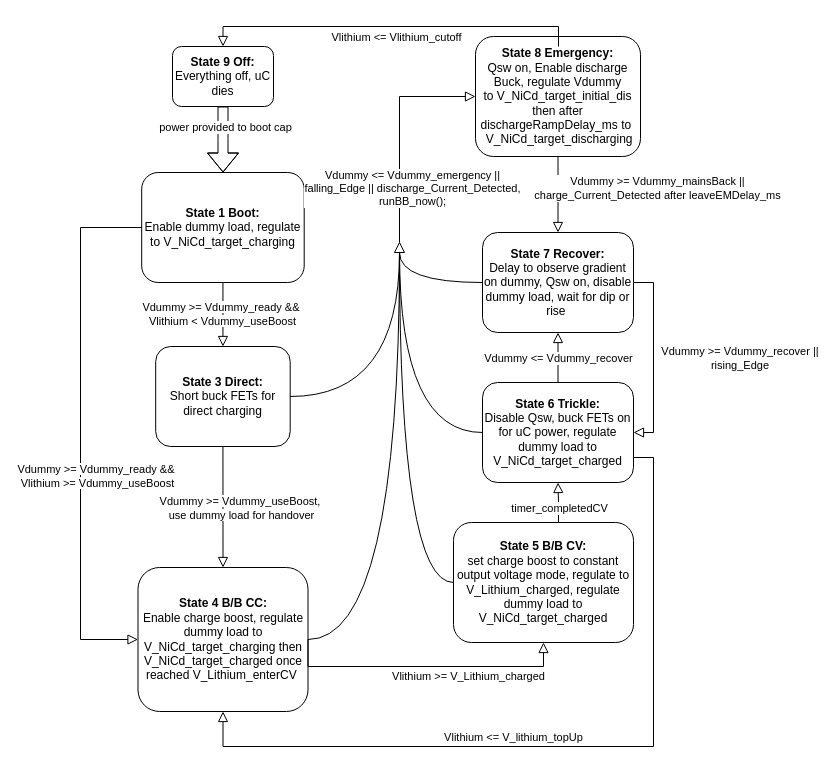
Earlier version of the draw.io diagram InterfaceFinal203to205.drawio (BStainthorpe/Flowcharts). Source tidied: cells renumbered, new cells numbered last; positions are measured from the earlier drawing's top-left corner, leaving out a move shared by most shapes. Both pictures are drawn from the tidied source at 100%, with x=0, y=0 at pixel (80, 26).
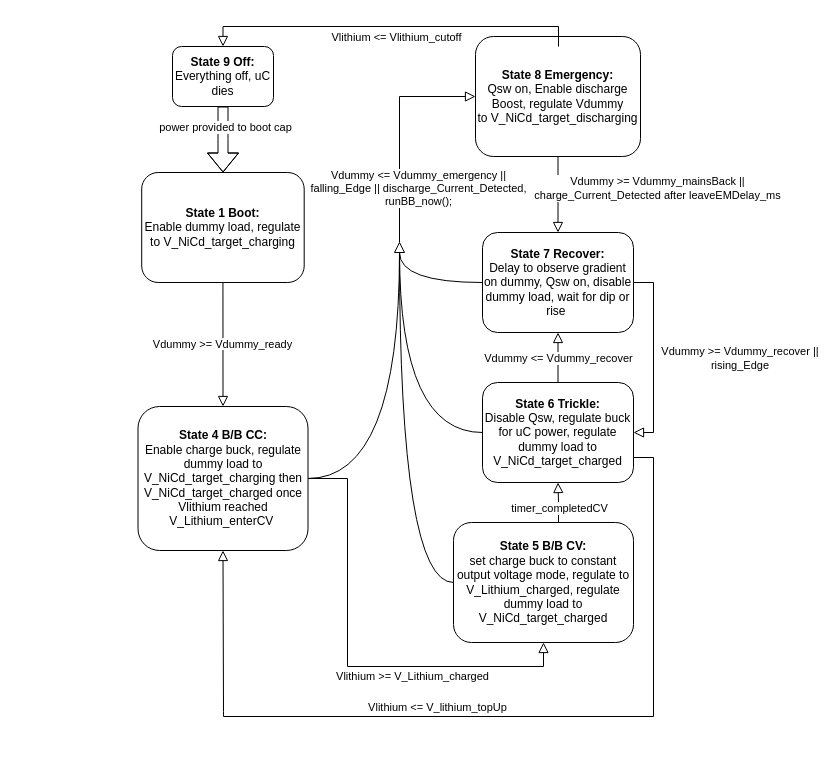
Above is the later version.

Unchanged cells that the change refers to:
```xml
<mxCell id="2" value="&lt;b&gt;State 1 Boot:&lt;/b&gt;&lt;div&gt;Enable dummy load, regulate to V_NiCd_target_charging&lt;/div&gt;" style="rounded=1;whiteSpace=wrap;html=1;fontSize=12;glass=0;strokeWidth=1;shadow=0;" parent="1" vertex="1">
  <mxGeometry x="61.2" y="146" width="162.5" height="110" as="geometry" />
</mxCell>
<mxCell id="13" style="triangle;whiteSpace=wrap;html=1;rotation=-90;" parent="1" vertex="1">
  <mxGeometry x="314" y="216" width="10" height="10" as="geometry" />
</mxCell>
<mxCell id="19" style="rounded=0;html=1;jettySize=auto;fontSize=11;endArrow=block;endFill=0;endSize=8;strokeWidth=1;shadow=0;labelBackgroundColor=none;edgeStyle=orthogonalEdgeStyle;entryX=0;entryY=0.5;entryDx=0;entryDy=0;exitX=1;exitY=0.5;exitDx=0;exitDy=0;" parent="1" edge="1" source="13" target="18">
  <mxGeometry x="0.04" y="20" relative="1" as="geometry" />
</mxCell>
```

Change to the diagram source:
```diff
@@
-    <mxCell id="3" value="&lt;span style=&quot;background-color: rgb(255, 255, 255);&quot;&gt;Vdummy &amp;gt;= Vdummy_useBoost,&amp;nbsp;&lt;/span&gt;&lt;div&gt;&lt;span style=&quot;background-color: rgb(255, 255, 255);&quot;&gt;use dummy load for handover&lt;/span&gt;&lt;/div&gt;" style="rounded=0;html=1;jettySize=auto;fontSize=11;endArrow=block;endFill=0;endSize=8;strokeWidth=1;shadow=0;labelBackgroundColor=none;edgeStyle=orthogonalEdgeStyle;exitX=0.5;exitY=1;exitDx=0;exitDy=0;entryX=0.5;entryY=0;entryDx=0;entryDy=0;" parent="1" edge="1" source="5" target="6">
-      <mxGeometry x="0.03" y="19" relative="1" as="geometry" />
-    </mxCell>
-    <mxCell id="4" value="&lt;span style=&quot;background-color: rgb(255, 255, 255);&quot;&gt;Vdummy &amp;gt;= Vdummy_ready &amp;amp;&amp;amp;&amp;nbsp;&lt;/span&gt;&lt;div&gt;&lt;span style=&quot;background-color: rgb(255, 255, 255);&quot;&gt;Vlithium &amp;lt; Vdummy_useBoost&lt;/span&gt;&lt;/div&gt;" style="edgeStyle=orthogonalEdgeStyle;rounded=0;html=1;jettySize=auto;fontSize=11;endArrow=block;endFill=0;endSize=8;strokeWidth=1;shadow=0;labelBackgroundColor=none;entryX=0.5;entryY=0;entryDx=0;entryDy=0;exitX=0.5;exitY=1;exitDx=0;exitDy=0;" parent="1" edge="1" source="2" target="5">
+    <mxCell id="4" value="&lt;span style=&quot;background-color: rgb(255, 255, 255);&quot;&gt;Vdummy &amp;gt;= Vdummy_ready&lt;/span&gt;" style="edgeStyle=orthogonalEdgeStyle;rounded=0;html=1;jettySize=auto;fontSize=11;endArrow=block;endFill=0;endSize=8;strokeWidth=1;shadow=0;labelBackgroundColor=none;entryX=0.5;entryY=0;entryDx=0;entryDy=0;exitX=0.5;exitY=1;exitDx=0;exitDy=0;" parent="1" edge="1" source="2" target="6">
       <mxGeometry relative="1" as="geometry" />
     </mxCell>
-    <mxCell id="5" value="&lt;b&gt;State 3 Direct:&lt;/b&gt;&lt;div&gt;Short buck FETs for direct charging&lt;/div&gt;" style="rounded=1;whiteSpace=wrap;html=1;fontSize=12;glass=0;strokeWidth=1;shadow=0;" parent="1" vertex="1">
-      <mxGeometry x="75.2" y="320" width="134.5" height="100" as="geometry" />
-    </mxCell>
-    <mxCell id="6" value="&lt;b&gt;State 4 B/B CC:&lt;/b&gt;&lt;div&gt;Enable charge boost, regulate dummy load to V_NiCd_target_charging then V_NiCd_target_charged once reached V_Lithium_enterCV&amp;nbsp;&lt;/div&gt;" style="rounded=1;whiteSpace=wrap;html=1;fontSize=12;glass=0;strokeWidth=1;shadow=0;" parent="1" vertex="1">
-      <mxGeometry x="57.5" y="541" width="170" height="144" as="geometry" />
+    <mxCell id="6" value="&lt;b&gt;State 4 B/B CC:&lt;/b&gt;&lt;div&gt;Enable charge buck, regulate dummy load to V_NiCd_target_charging then V_NiCd_target_charged once Vlithium reached V_Lithium_enterCV&amp;nbsp;&lt;/div&gt;" style="rounded=1;whiteSpace=wrap;html=1;fontSize=12;glass=0;strokeWidth=1;shadow=0;" parent="1" vertex="1">
+      <mxGeometry x="57.5" y="380" width="170" height="144" as="geometry" />
     </mxCell>
-    <mxCell id="7" value="&lt;b&gt;State 5 B/B CV:&lt;/b&gt;&lt;div&gt;set charge boost to constant output voltage mode, regulate to V_Lithium_charged, regulate dummy load to V_NiCd_target_charged&lt;/div&gt;" style="rounded=1;whiteSpace=wrap;html=1;fontSize=12;glass=0;strokeWidth=1;shadow=0;" parent="1" vertex="1">
+    <mxCell id="7" value="&lt;b&gt;State 5 B/B CV:&lt;/b&gt;&lt;div&gt;set charge buck to constant output voltage mode, regulate to V_Lithium_charged, regulate dummy load to V_NiCd_target_charged&lt;/div&gt;" style="rounded=1;whiteSpace=wrap;html=1;fontSize=12;glass=0;strokeWidth=1;shadow=0;" parent="1" vertex="1">
       <mxGeometry x="373" y="496" width="180" height="120" as="geometry" />
     </mxCell>
     <mxCell id="8" value="&lt;span style=&quot;background-color: rgb(255, 255, 255);&quot;&gt;Vlithium &amp;gt;= V_Lithium_charged&lt;/span&gt;" style="rounded=0;html=1;jettySize=auto;fontSize=11;endArrow=block;endFill=0;endSize=8;strokeWidth=1;shadow=0;labelBackgroundColor=none;edgeStyle=orthogonalEdgeStyle;exitX=1;exitY=0.5;exitDx=0;exitDy=0;entryX=0.5;entryY=1;entryDx=0;entryDy=0;" parent="1" edge="1" source="6" target="7">
       <mxGeometry x="0.3" y="-10" relative="1" as="geometry">
         <Array as="points">
-          <mxPoint x="228" y="640" />
+          <mxPoint x="267" y="452" />
+          <mxPoint x="267" y="640" />
           <mxPoint x="463" y="640" />
         </Array>
         <mxPoint x="1" as="offset" />
       </mxGeometry>
     </mxCell>
-    <mxCell id="9" value="&lt;b&gt;State 6 Trickle:&lt;/b&gt;&lt;div&gt;Disable Qsw, buck FETs on for uC power, regulate dummy load to V_NiCd_target_charged&lt;/div&gt;" style="rounded=1;whiteSpace=wrap;html=1;fontSize=12;glass=0;strokeWidth=1;shadow=0;" parent="1" vertex="1">
+    <mxCell id="9" value="&lt;b&gt;State 6 Trickle:&lt;/b&gt;&lt;div&gt;Disable Qsw, regulate buck for uC power, regulate dummy load to V_NiCd_target_charged&lt;/div&gt;" style="rounded=1;whiteSpace=wrap;html=1;fontSize=12;glass=0;strokeWidth=1;shadow=0;" parent="1" vertex="1">
       <mxGeometry x="402" y="356" width="151" height="100" as="geometry" />
     </mxCell>
@@
-    <mxCell id="14" style="edgeStyle=orthogonalEdgeStyle;rounded=0;html=1;jettySize=auto;fontSize=11;endArrow=none;endFill=0;strokeWidth=1;shadow=0;labelBackgroundColor=none;entryX=0;entryY=0.5;entryDx=0;entryDy=0;exitX=1;exitY=0.5;exitDx=0;exitDy=0;curved=1;" parent="1" edge="1" source="5" target="13">
-      <mxGeometry relative="1" as="geometry" />
-    </mxCell>
@@
-    <mxCell id="18" value="&lt;b&gt;State 8 Emergency:&lt;/b&gt;&lt;div&gt;Qsw on, Enable discharge Buck, regulate Vdummy to&amp;nbsp;&lt;span style=&quot;background-color: initial;&quot;&gt;V_NiCd_target_initial_dis then after dischargeRampDelay_ms to&lt;/span&gt;&lt;span style=&quot;background-color: initial;&quot;&gt;&amp;nbsp;&lt;/span&gt;&lt;/div&gt;&lt;div&gt;&amp;nbsp;V_NiCd_target_discharging&lt;/div&gt;" style="rounded=1;whiteSpace=wrap;html=1;fontSize=12;glass=0;strokeWidth=1;shadow=0;" parent="1" vertex="1">
+    <mxCell id="18" value="&lt;b&gt;State 8 Emergency:&lt;/b&gt;&lt;div&gt;Qsw on, Enable discharge Boost, regulate Vdummy to&amp;nbsp;&lt;span style=&quot;background-color: initial;&quot;&gt;V_NiCd_target_discharging&lt;/span&gt;&lt;/div&gt;" style="rounded=1;whiteSpace=wrap;html=1;fontSize=12;glass=0;strokeWidth=1;shadow=0;" parent="1" vertex="1">
       <mxGeometry x="395" y="10" width="165" height="120" as="geometry" />
     </mxCell>
@@
     <mxCell id="20" value="Vdummy &amp;lt;= Vdummy_emergency ||&lt;div&gt;falling_Edge || discharge_Current_Detected,&lt;/div&gt;&lt;div&gt;runBB_now();&lt;/div&gt;" style="edgeLabel;html=1;align=center;verticalAlign=middle;" parent="19" vertex="1">
       <mxGeometry x="-0.09" relative="1" as="geometry">
-        <mxPoint x="12" y="46" as="offset" />
+        <mxPoint x="18" y="46" as="offset" />
       </mxGeometry>
     </mxCell>
@@
     <mxCell id="33" style="rounded=0;html=1;jettySize=auto;fontSize=11;endArrow=block;endFill=0;endSize=8;strokeWidth=1;shadow=0;labelBackgroundColor=none;edgeStyle=orthogonalEdgeStyle;entryX=0.5;entryY=1;entryDx=0;entryDy=0;exitX=1;exitY=0.75;exitDx=0;exitDy=0;" parent="1" edge="1" source="9" target="6">
       <mxGeometry x="0.04" y="20" relative="1" as="geometry">
         <Array as="points">
           <mxPoint x="573" y="431" />
-          <mxPoint x="573" y="720" />
-          <mxPoint x="143" y="720" />
+          <mxPoint x="573" y="690" />
+          <mxPoint x="143" y="690" />
           <mxPoint x="143" y="685" />
         </Array>
       </mxGeometry>
     </mxCell>
@@
-    <mxCell id="35" value="&lt;span style=&quot;background-color: rgb(255, 255, 255);&quot;&gt;Vdummy &amp;gt;= Vdummy_ready &amp;amp;&amp;amp;&amp;nbsp;&lt;/span&gt;&lt;div&gt;&lt;span style=&quot;background-color: rgb(255, 255, 255);&quot;&gt;Vlithium &amp;gt;= Vdummy_useBoost&lt;/span&gt;&lt;/div&gt;" style="edgeStyle=orthogonalEdgeStyle;rounded=0;html=1;jettySize=auto;fontSize=11;endArrow=block;endFill=0;endSize=8;strokeWidth=1;shadow=0;labelBackgroundColor=none;exitX=0;exitY=0.5;exitDx=0;exitDy=0;entryX=0;entryY=0.5;entryDx=0;entryDy=0;" parent="1" edge="1" source="2" target="6">
-      <mxGeometry x="0.17" y="17" relative="1" as="geometry">
-        <Array as="points">
-          <mxPoint y="201" />
-          <mxPoint y="613" />
-        </Array>
-      </mxGeometry>
-    </mxCell>
```
